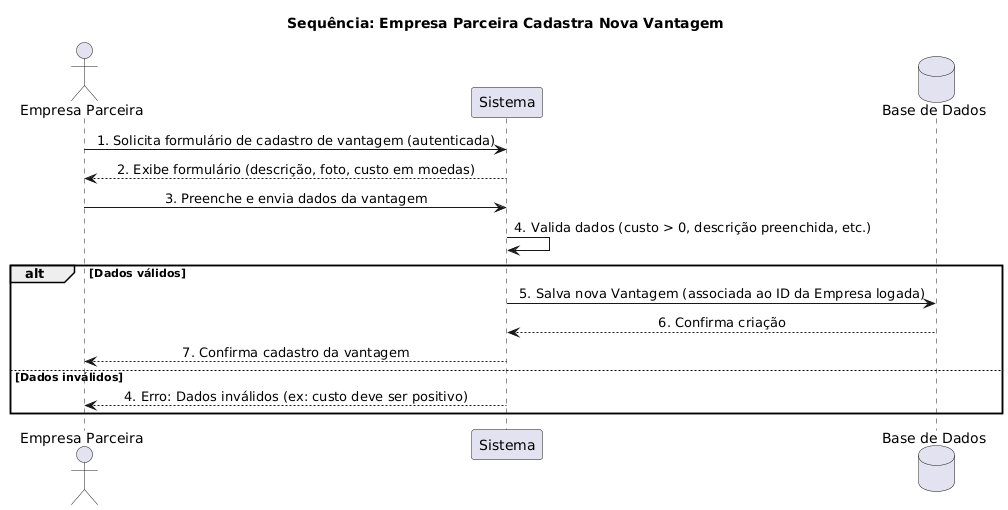
Above: diagramas/diagramaSequencia-EmpresaCadastraVantagem.png in GuilhermeVieira05/Sistema-de-Moeda-Estudantil (PlantUML), before the change.
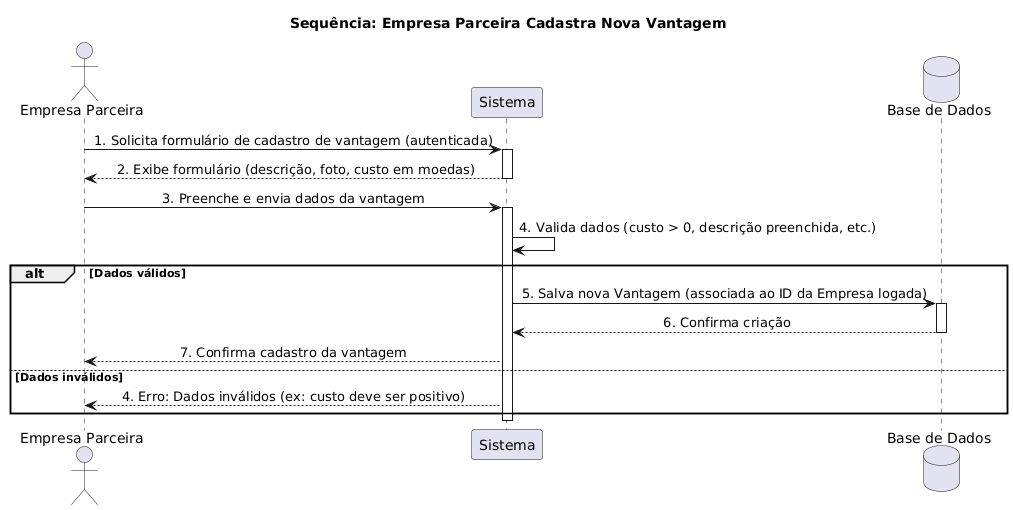
The same file after the commit.

Commit message:
docs: corrigindo diagramas de sequencia

Diff of the diagram source:
```diff
@@ -8,16 +8,22 @@
 skinparam sequenceMessageAlign center
 
 Empresa -> Sistema: 1. Solicita formulário de cadastro de vantagem (autenticada)
+activate Sistema
 Sistema --> Empresa: 2. Exibe formulário (descrição, foto, custo em moedas)
+deactivate Sistema
 
 Empresa -> Sistema: 3. Preenche e envia dados da vantagem
+activate Sistema
 Sistema -> Sistema: 4. Valida dados (custo > 0, descrição preenchida, etc.)
 
 alt Dados válidos
     Sistema -> DB: 5. Salva nova Vantagem (associada ao ID da Empresa logada)
+    activate DB
     DB --> Sistema: 6. Confirma criação
+    deactivate DB
     Sistema --> Empresa: 7. Confirma cadastro da vantagem
 else Dados inválidos
     Sistema --> Empresa: 4. Erro: Dados inválidos (ex: custo deve ser positivo)
 end
+deactivate Sistema
 @enduml
```
